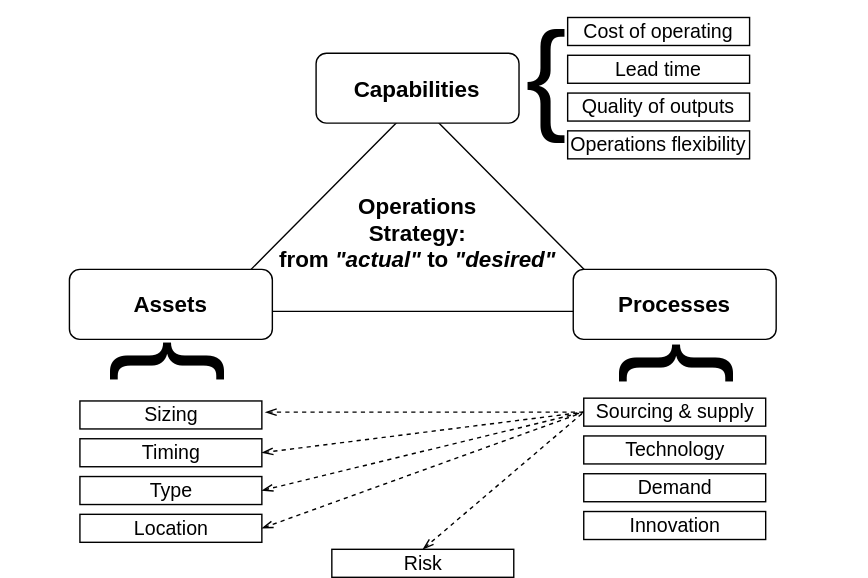
Before: docs/framework/img/operations.svg, a diagram exported from draw.io (michelin/Continuous-Architecture-Toolkit). Source tidied: cells renumbered, new cells last; positions are measured from the earlier drawing's top-left corner, leaving out a move shared by most shapes.
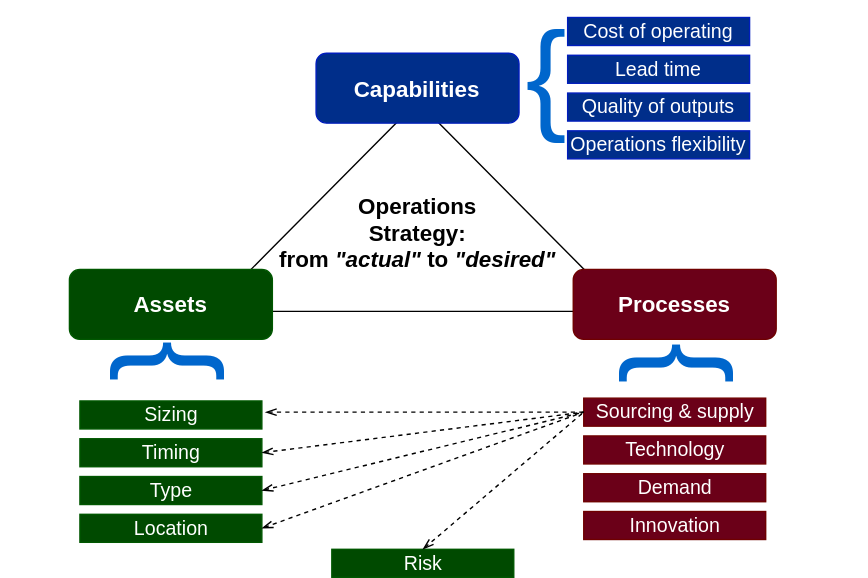
The same file after the commit.

The edit, as a diff of the source:
```diff
@@ -5,61 +5,61 @@
     <mxCell id="2" value="&lt;font style=&quot;font-size: 16px&quot;&gt;&lt;b&gt;&lt;br&gt;&lt;br&gt;Operations&lt;br&gt;Strategy:&lt;br&gt;from&amp;nbsp;&lt;i&gt;&quot;actual&quot;&lt;/i&gt;&amp;nbsp;to &lt;i&gt;&quot;desired&quot;&lt;/i&gt;&lt;br&gt;&lt;/b&gt;&lt;/font&gt;" style="triangle;whiteSpace=wrap;html=1;direction=north;" parent="1" vertex="1">
       <mxGeometry x="100" y="60" width="297.5" height="150" as="geometry" />
     </mxCell>
-    <mxCell id="3" value="&lt;font style=&quot;font-size: 16px&quot;&gt;&lt;b&gt;Capabilities&lt;/b&gt;&lt;/font&gt;" style="rounded=1;whiteSpace=wrap;html=1;" parent="1" vertex="1">
+    <mxCell id="3" value="&lt;font style=&quot;font-size: 16px&quot;&gt;&lt;b&gt;Capabilities&lt;/b&gt;&lt;/font&gt;" style="rounded=1;whiteSpace=wrap;html=1;strokeColor=#001DBC;fontColor=#ffffff;fillColor=#002E8A;" parent="1" vertex="1">
       <mxGeometry x="176.2" y="25.5" width="145" height="50" as="geometry" />
     </mxCell>
-    <mxCell id="4" value="&lt;font style=&quot;font-size: 16px&quot;&gt;&lt;b&gt;Assets&lt;/b&gt;&lt;/font&gt;" style="rounded=1;whiteSpace=wrap;html=1;" parent="1" vertex="1">
+    <mxCell id="4" value="&lt;font style=&quot;font-size: 16px&quot;&gt;&lt;b&gt;Assets&lt;/b&gt;&lt;/font&gt;" style="rounded=1;whiteSpace=wrap;html=1;strokeColor=#005700;fontColor=#ffffff;fillColor=#004A00;" parent="1" vertex="1">
       <mxGeometry y="180" width="145" height="50" as="geometry" />
     </mxCell>
-    <mxCell id="5" value="&lt;font style=&quot;font-size: 16px&quot;&gt;&lt;b&gt;Processes&lt;/b&gt;&lt;/font&gt;" style="rounded=1;whiteSpace=wrap;html=1;" parent="1" vertex="1">
+    <mxCell id="5" value="&lt;font style=&quot;font-size: 16px&quot;&gt;&lt;b&gt;Processes&lt;/b&gt;&lt;/font&gt;" style="rounded=1;whiteSpace=wrap;html=1;strokeColor=#6F0000;fontColor=#ffffff;fillColor=#6B0018;" parent="1" vertex="1">
       <mxGeometry x="360" y="180" width="145" height="50" as="geometry" />
     </mxCell>
-    <mxCell id="6" value="&lt;font style=&quot;font-size: 14px&quot;&gt;Cost of operating&lt;/font&gt;" style="rounded=0;whiteSpace=wrap;html=1;" parent="1" vertex="1">
+    <mxCell id="6" value="&lt;font style=&quot;font-size: 14px&quot;&gt;Cost of operating&lt;/font&gt;" style="rounded=0;whiteSpace=wrap;html=1;strokeColor=#001DBC;fontColor=#ffffff;fillColor=#002E8A;" parent="1" vertex="1">
       <mxGeometry x="356" width="130" height="20" as="geometry" />
     </mxCell>
-    <mxCell id="7" value="&lt;font style=&quot;font-size: 14px&quot;&gt;Lead time&lt;/font&gt;" style="rounded=0;whiteSpace=wrap;html=1;" parent="1" vertex="1">
+    <mxCell id="7" value="&lt;font style=&quot;font-size: 14px&quot;&gt;Lead time&lt;/font&gt;" style="rounded=0;whiteSpace=wrap;html=1;strokeColor=#001DBC;fontColor=#ffffff;fillColor=#002E8A;" parent="1" vertex="1">
       <mxGeometry x="356" y="27" width="130" height="20" as="geometry" />
     </mxCell>
-    <mxCell id="8" value="&lt;font style=&quot;font-size: 14px&quot;&gt;Quality of outputs&lt;/font&gt;" style="rounded=0;whiteSpace=wrap;html=1;" parent="1" vertex="1">
+    <mxCell id="8" value="&lt;font style=&quot;font-size: 14px&quot;&gt;Quality of outputs&lt;/font&gt;" style="rounded=0;whiteSpace=wrap;html=1;strokeColor=#001DBC;fontColor=#ffffff;fillColor=#002E8A;" parent="1" vertex="1">
       <mxGeometry x="356" y="54" width="130" height="20" as="geometry" />
     </mxCell>
-    <mxCell id="9" value="&lt;font style=&quot;font-size: 14px&quot;&gt;Operations flexibility&lt;/font&gt;" style="rounded=0;whiteSpace=wrap;html=1;" parent="1" vertex="1">
+    <mxCell id="9" value="&lt;font style=&quot;font-size: 14px&quot;&gt;Operations flexibility&lt;/font&gt;" style="rounded=0;whiteSpace=wrap;html=1;strokeColor=#001DBC;fontColor=#ffffff;fillColor=#002E8A;" parent="1" vertex="1">
       <mxGeometry x="356" y="81" width="130" height="20" as="geometry" />
     </mxCell>
-    <mxCell id="10" value="&lt;font style=&quot;font-size: 88px&quot;&gt;{&lt;/font&gt;" style="text;html=1;strokeColor=none;fillColor=none;align=center;verticalAlign=middle;whiteSpace=wrap;rounded=0;fontSize=13;" parent="1" vertex="1">
+    <mxCell id="10" value="&lt;font style=&quot;font-size: 88px&quot;&gt;{&lt;/font&gt;" style="text;html=1;strokeColor=none;fillColor=none;align=center;verticalAlign=middle;whiteSpace=wrap;rounded=0;fontSize=13;fontColor=#0066CC;" parent="1" vertex="1">
       <mxGeometry x="321" y="21" width="40" height="40" as="geometry" />
     </mxCell>
-    <mxCell id="11" value="&lt;font style=&quot;font-size: 88px&quot;&gt;{&lt;/font&gt;" style="text;html=1;strokeColor=none;fillColor=none;align=center;verticalAlign=middle;whiteSpace=wrap;rounded=0;fontSize=13;direction=south;rotation=90;" parent="1" vertex="1">
+    <mxCell id="11" value="&lt;font style=&quot;font-size: 88px&quot;&gt;{&lt;/font&gt;" style="text;html=1;strokeColor=none;fillColor=none;align=center;verticalAlign=middle;whiteSpace=wrap;rounded=0;fontSize=13;direction=south;rotation=90;fontColor=#0066CC;" parent="1" vertex="1">
       <mxGeometry x="415" y="120" width="55" height="255" as="geometry" />
     </mxCell>
-    <mxCell id="12" value="&lt;font style=&quot;font-size: 14px&quot;&gt;Sizing&lt;/font&gt;" style="rounded=0;whiteSpace=wrap;html=1;" parent="1" vertex="1">
+    <mxCell id="12" value="&lt;font style=&quot;font-size: 14px&quot;&gt;Sizing&lt;/font&gt;" style="rounded=0;whiteSpace=wrap;html=1;strokeColor=#005700;fontColor=#ffffff;fillColor=#004A00;" parent="1" vertex="1">
       <mxGeometry x="7.5" y="274" width="130" height="20" as="geometry" />
     </mxCell>
-    <mxCell id="13" value="&lt;font style=&quot;font-size: 14px&quot;&gt;Timing&lt;/font&gt;" style="rounded=0;whiteSpace=wrap;html=1;" parent="1" vertex="1">
+    <mxCell id="13" value="&lt;font style=&quot;font-size: 14px&quot;&gt;Timing&lt;/font&gt;" style="rounded=0;whiteSpace=wrap;html=1;strokeColor=#005700;fontColor=#ffffff;fillColor=#004A00;" parent="1" vertex="1">
       <mxGeometry x="7.5" y="301" width="130" height="20" as="geometry" />
     </mxCell>
-    <mxCell id="14" value="&lt;font style=&quot;font-size: 14px&quot;&gt;Type&lt;/font&gt;" style="rounded=0;whiteSpace=wrap;html=1;" parent="1" vertex="1">
+    <mxCell id="14" value="&lt;font style=&quot;font-size: 14px&quot;&gt;Type&lt;/font&gt;" style="rounded=0;whiteSpace=wrap;html=1;strokeColor=#005700;fontColor=#ffffff;fillColor=#004A00;" parent="1" vertex="1">
       <mxGeometry x="7.5" y="328" width="130" height="20" as="geometry" />
     </mxCell>
-    <mxCell id="15" value="&lt;font style=&quot;font-size: 14px&quot;&gt;Location&lt;/font&gt;" style="rounded=0;whiteSpace=wrap;html=1;" parent="1" vertex="1">
+    <mxCell id="15" value="&lt;font style=&quot;font-size: 14px&quot;&gt;Location&lt;/font&gt;" style="rounded=0;whiteSpace=wrap;html=1;strokeColor=#005700;fontColor=#ffffff;fillColor=#004A00;" parent="1" vertex="1">
       <mxGeometry x="7.5" y="355" width="130" height="20" as="geometry" />
     </mxCell>
-    <mxCell id="16" value="&lt;font style=&quot;font-size: 88px&quot;&gt;{&lt;/font&gt;" style="text;html=1;strokeColor=none;fillColor=none;align=center;verticalAlign=middle;whiteSpace=wrap;rounded=0;fontSize=13;direction=south;rotation=90;" parent="1" vertex="1">
+    <mxCell id="16" value="&lt;font style=&quot;font-size: 88px&quot;&gt;{&lt;/font&gt;" style="text;html=1;strokeColor=none;fillColor=none;align=center;verticalAlign=middle;whiteSpace=wrap;rounded=0;fontSize=13;direction=south;rotation=90;fontColor=#0066CC;" parent="1" vertex="1">
       <mxGeometry x="51.5" y="118" width="55" height="255" as="geometry" />
     </mxCell>
-    <mxCell id="17" value="&lt;font style=&quot;font-size: 14px&quot;&gt;Sourcing &amp;amp; supply&lt;/font&gt;" style="rounded=0;whiteSpace=wrap;html=1;" parent="1" vertex="1">
+    <mxCell id="17" value="&lt;font style=&quot;font-size: 14px&quot;&gt;Sourcing &amp;amp; supply&lt;/font&gt;" style="rounded=0;whiteSpace=wrap;html=1;strokeColor=#6F0000;fontColor=#ffffff;fillColor=#6B0018;" parent="1" vertex="1">
       <mxGeometry x="367.5" y="272" width="130" height="20" as="geometry" />
     </mxCell>
-    <mxCell id="18" value="&lt;font style=&quot;font-size: 14px&quot;&gt;Technology&lt;/font&gt;" style="rounded=0;whiteSpace=wrap;html=1;" parent="1" vertex="1">
+    <mxCell id="18" value="&lt;font style=&quot;font-size: 14px&quot;&gt;Technology&lt;/font&gt;" style="rounded=0;whiteSpace=wrap;html=1;strokeColor=#6F0000;fontColor=#ffffff;fillColor=#6B0018;" parent="1" vertex="1">
       <mxGeometry x="367.5" y="299" width="130" height="20" as="geometry" />
     </mxCell>
-    <mxCell id="19" value="&lt;font style=&quot;font-size: 14px&quot;&gt;Demand&lt;/font&gt;" style="rounded=0;whiteSpace=wrap;html=1;" parent="1" vertex="1">
+    <mxCell id="19" value="&lt;font style=&quot;font-size: 14px&quot;&gt;Demand&lt;/font&gt;" style="rounded=0;whiteSpace=wrap;html=1;strokeColor=#6F0000;fontColor=#ffffff;fillColor=#6B0018;" parent="1" vertex="1">
       <mxGeometry x="367.5" y="326" width="130" height="20" as="geometry" />
     </mxCell>
-    <mxCell id="20" value="&lt;font style=&quot;font-size: 14px&quot;&gt;Innovation&lt;/font&gt;" style="rounded=0;whiteSpace=wrap;html=1;" parent="1" vertex="1">
+    <mxCell id="20" value="&lt;font style=&quot;font-size: 14px&quot;&gt;Innovation&lt;/font&gt;" style="rounded=0;whiteSpace=wrap;html=1;strokeColor=#6F0000;fontColor=#ffffff;fillColor=#6B0018;" parent="1" vertex="1">
       <mxGeometry x="367.5" y="353" width="130" height="20" as="geometry" />
     </mxCell>
-    <mxCell id="21" value="&lt;font style=&quot;font-size: 14px&quot;&gt;Risk&lt;/font&gt;" style="rounded=0;whiteSpace=wrap;html=1;" parent="1" vertex="1">
+    <mxCell id="21" value="&lt;font style=&quot;font-size: 14px&quot;&gt;Risk&lt;/font&gt;" style="rounded=0;whiteSpace=wrap;html=1;strokeColor=#005700;fontColor=#ffffff;fillColor=#004A00;" parent="1" vertex="1">
       <mxGeometry x="187.5" y="380" width="130" height="20" as="geometry" />
     </mxCell>
     <mxCell id="22" style="endArrow=none;dashed=1;html=1;fontSize=13;entryX=0;entryY=0.5;entryDx=0;entryDy=0;startArrow=openThin;startFill=0;" parent="1" edge="1" target="17">
```
